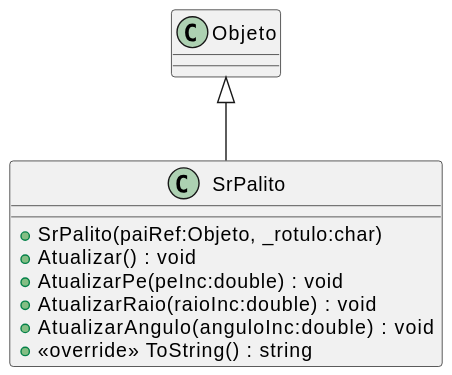
majutestoni/disciplina_CG_2025_1 keeps this PlantUML diagram as svg/Unidade2/_._CG_N2_3/plantuml/SrPalito.svg. Above is the earlier version. Its diagram source:
```plantuml
@startuml
class SrPalito {
    + SrPalito(paiRef:Objeto, _rotulo:char)
    + Atualizar() : void
    + AtualizarPe(peInc:double) : void
    + AtualizarRaio(raioInc:double) : void
    + AtualizarAngulo(anguloInc:double) : void
    + <<override>> ToString() : string
}
Objeto <|-- SrPalito
@enduml
```
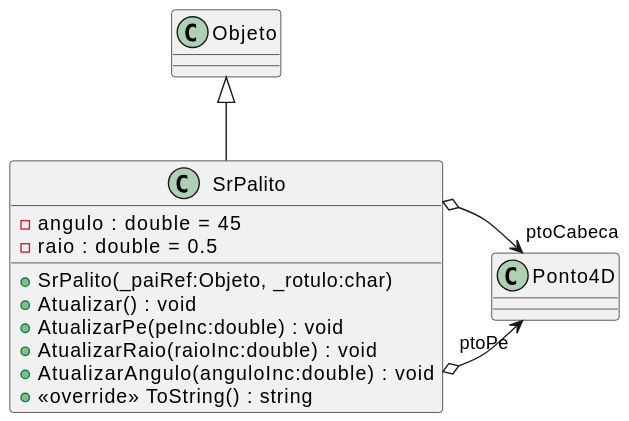
Later version of the same file.

What changed in the source:
```diff
@@ -1,6 +1,8 @@
 @startuml
 class SrPalito {
-    + SrPalito(paiRef:Objeto, _rotulo:char)
+    - angulo : double = 45
+    - raio : double = 0.5
+    + SrPalito(_paiRef:Objeto, _rotulo:char)
     + Atualizar() : void
     + AtualizarPe(peInc:double) : void
     + AtualizarRaio(raioInc:double) : void
@@ -8,4 +10,6 @@
     + <<override>> ToString() : string
 }
 Objeto <|-- SrPalito
+SrPalito o-> "ptoPe" Ponto4D
+SrPalito o-> "ptoCabeca" Ponto4D
 @enduml
```
